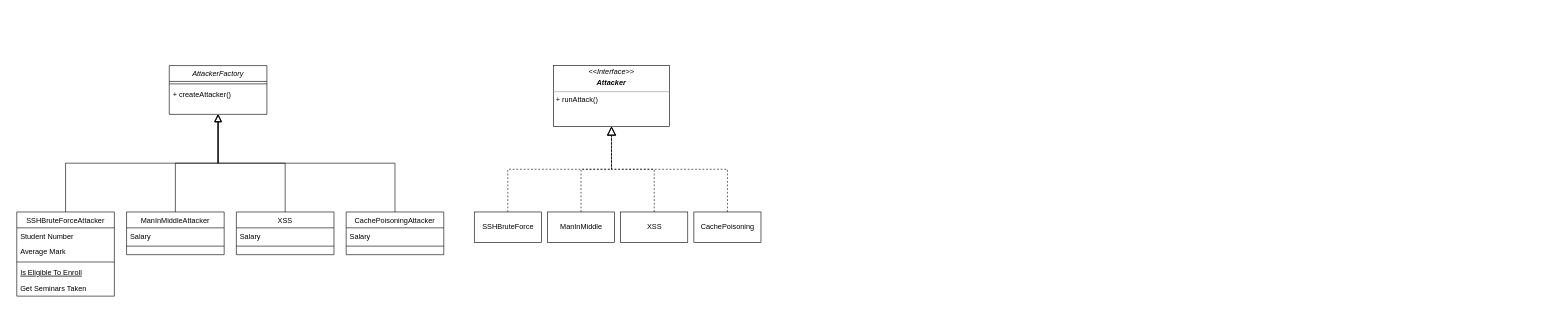
Earlier version of the draw.io diagram Untitled Diagram.drawio (connormc1010/ZFAC025_Final_Project). Source tidied: cells renumbered, new cells numbered last; positions are measured from the earlier drawing's top-left corner, leaving out a move shared by most shapes. Both pictures are drawn from the tidied source at 61%, with x=0, y=0 at pixel (16, 65).
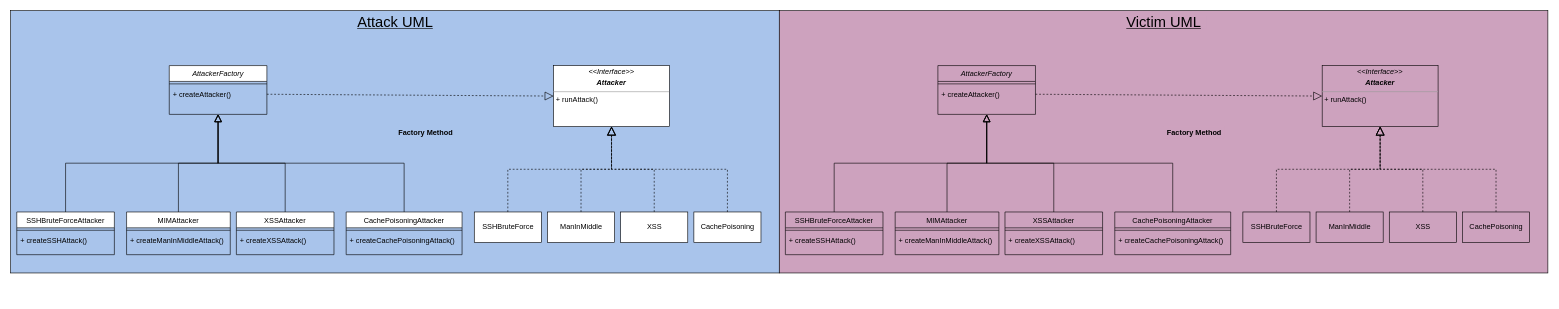
The same diagram, later.

The change refers to these unchanged cells:
```xml
<mxCell id="4" value="+ createAttacker()" style="text;align=left;verticalAlign=top;spacingLeft=4;spacingRight=4;overflow=hidden;points=[[0,0.5],[1,0.5]];portConstraint=eastwest;" parent="2" vertex="1">
  <mxGeometry y="34" width="160" height="26" as="geometry" />
</mxCell>
<mxCell id="16" value="&lt;p style=&quot;margin: 0px ; margin-top: 4px ; text-align: center&quot;&gt;&lt;i&gt;&amp;lt;&amp;lt;Interface&amp;gt;&amp;gt;&lt;/i&gt;&lt;br&gt;&lt;/p&gt;&lt;p style=&quot;margin: 0px ; margin-top: 4px ; text-align: center&quot;&gt;&lt;i&gt;&lt;b&gt;Attacker&lt;/b&gt;&lt;/i&gt;&lt;/p&gt;&lt;hr size=&quot;1&quot;&gt;&lt;p style=&quot;margin: 0px ; margin-left: 4px&quot;&gt;+ runAttack()&lt;br&gt;&lt;/p&gt;" style="verticalAlign=top;align=left;overflow=fill;fontSize=12;fontFamily=Helvetica;html=1;" parent="1" vertex="1">
  <mxGeometry x="880" width="190" height="100" as="geometry" />
</mxCell>
```

The edit, as a diff of the source:
```diff
@@
+    <mxCell id="33" style="rounded=0;whiteSpace=wrap;html=1;fillColor=#A9C4EB;" parent="1" vertex="1">
+      <mxGeometry x="-10" y="-90" width="1260" height="430" as="geometry" />
+    </mxCell>
@@
     <mxCell id="5" value="SSHBruteForceAttacker" style="swimlane;fontStyle=0;align=center;verticalAlign=top;horizontal=1;startSize=26;rounded=0;shadow=0;strokeWidth=1;" parent="1" vertex="1">
-      <mxGeometry y="240" width="160" height="138" as="geometry" />
+      <mxGeometry y="240" width="160" height="70" as="geometry" />
     </mxCell>
-    <mxCell id="6" value="Student Number" style="text;align=left;verticalAlign=top;spacingLeft=4;spacingRight=4;overflow=hidden;" parent="5" vertex="1">
-      <mxGeometry y="26" width="160" height="26" as="geometry" />
-    </mxCell>
-    <mxCell id="7" value="Average Mark" style="text;align=left;verticalAlign=top;spacingLeft=4;spacingRight=4;overflow=hidden;rounded=0;shadow=0;html=0;" parent="5" vertex="1">
-      <mxGeometry y="52" width="160" height="26" as="geometry" />
-    </mxCell>
     <mxCell id="8" style="line;html=1;strokeWidth=1;align=left;verticalAlign=middle;spacingTop=-1;spacingLeft=3;spacingRight=3;labelPosition=right;" parent="5" vertex="1">
-      <mxGeometry y="78" width="160" height="8" as="geometry" />
+      <mxGeometry y="26" width="160" height="8" as="geometry" />
     </mxCell>
-    <mxCell id="9" value="Is Eligible To Enroll" style="text;align=left;verticalAlign=top;spacingLeft=4;spacingRight=4;overflow=hidden;fontStyle=4;" parent="5" vertex="1">
-      <mxGeometry y="86" width="160" height="26" as="geometry" />
+    <mxCell id="9" value="+ createSSHAttack()" style="text;align=left;verticalAlign=top;spacingLeft=4;spacingRight=4;overflow=hidden;fontStyle=0;" parent="5" vertex="1">
+      <mxGeometry y="34" width="160" height="26" as="geometry" />
     </mxCell>
-    <mxCell id="10" value="Get Seminars Taken" style="text;align=left;verticalAlign=top;spacingLeft=4;spacingRight=4;overflow=hidden;" parent="5" vertex="1">
-      <mxGeometry y="112" width="160" height="26" as="geometry" />
-    </mxCell>
@@
-    <mxCell id="12" value="ManInMiddleAttacker" style="swimlane;fontStyle=0;align=center;verticalAlign=top;horizontal=1;startSize=26;rounded=0;shadow=0;strokeWidth=1;" parent="1" vertex="1">
-      <mxGeometry x="180" y="240" width="160" height="70" as="geometry" />
+    <mxCell id="12" value="MIMAttacker" style="swimlane;fontStyle=0;align=center;verticalAlign=top;horizontal=1;startSize=26;rounded=0;shadow=0;strokeWidth=1;" parent="1" vertex="1">
+      <mxGeometry x="180" y="240" width="170" height="70" as="geometry" />
     </mxCell>
-    <mxCell id="13" value="Salary" style="text;align=left;verticalAlign=top;spacingLeft=4;spacingRight=4;overflow=hidden;" parent="12" vertex="1">
-      <mxGeometry y="26" width="160" height="26" as="geometry" />
-    </mxCell>
     <mxCell id="14" style="line;html=1;strokeWidth=1;align=left;verticalAlign=middle;spacingTop=-1;spacingLeft=3;spacingRight=3;labelPosition=right;" parent="12" vertex="1">
-      <mxGeometry y="52" width="160" height="8" as="geometry" />
+      <mxGeometry y="26" width="170" height="8" as="geometry" />
     </mxCell>
+    <mxCell id="34" value="+ createManInMiddleAttack()" style="text;align=left;verticalAlign=top;spacingLeft=4;spacingRight=4;overflow=hidden;fontStyle=0;" parent="12" vertex="1">
+      <mxGeometry y="34" width="170" height="26" as="geometry" />
+    </mxCell>
@@
-    <mxCell id="20" value="XSS" style="swimlane;fontStyle=0;align=center;verticalAlign=top;horizontal=1;startSize=26;rounded=0;shadow=0;strokeWidth=1;" parent="1" vertex="1">
+    <mxCell id="20" value="XSSAttacker" style="swimlane;fontStyle=0;align=center;verticalAlign=top;horizontal=1;startSize=26;rounded=0;shadow=0;strokeWidth=1;" parent="1" vertex="1">
       <mxGeometry x="360" y="240" width="160" height="70" as="geometry" />
     </mxCell>
-    <mxCell id="21" value="Salary" style="text;align=left;verticalAlign=top;spacingLeft=4;spacingRight=4;overflow=hidden;" parent="20" vertex="1">
-      <mxGeometry y="26" width="160" height="26" as="geometry" />
-    </mxCell>
     <mxCell id="22" style="line;html=1;strokeWidth=1;align=left;verticalAlign=middle;spacingTop=-1;spacingLeft=3;spacingRight=3;labelPosition=right;" parent="20" vertex="1">
-      <mxGeometry y="52" width="160" height="8" as="geometry" />
+      <mxGeometry y="26" width="160" height="8" as="geometry" />
     </mxCell>
+    <mxCell id="35" value="+ createXSSAttack()" style="text;align=left;verticalAlign=top;spacingLeft=4;spacingRight=4;overflow=hidden;fontStyle=0;" parent="20" vertex="1">
+      <mxGeometry y="34" width="160" height="26" as="geometry" />
+    </mxCell>
@@
     <mxCell id="24" value="CachePoisoningAttacker" style="swimlane;fontStyle=0;align=center;verticalAlign=top;horizontal=1;startSize=26;rounded=0;shadow=0;strokeWidth=1;" parent="1" vertex="1">
-      <mxGeometry x="540" y="240" width="160" height="70" as="geometry" />
+      <mxGeometry x="540" y="240" width="190" height="70" as="geometry" />
     </mxCell>
-    <mxCell id="25" value="Salary" style="text;align=left;verticalAlign=top;spacingLeft=4;spacingRight=4;overflow=hidden;" parent="24" vertex="1">
-      <mxGeometry y="26" width="160" height="26" as="geometry" />
-    </mxCell>
     <mxCell id="26" style="line;html=1;strokeWidth=1;align=left;verticalAlign=middle;spacingTop=-1;spacingLeft=3;spacingRight=3;labelPosition=right;" parent="24" vertex="1">
-      <mxGeometry y="52" width="160" height="8" as="geometry" />
+      <mxGeometry y="26" width="190" height="8" as="geometry" />
     </mxCell>
+    <mxCell id="36" value="+ createCachePoisoningAttack()" style="text;align=left;verticalAlign=top;spacingLeft=4;spacingRight=4;overflow=hidden;fontStyle=0;" parent="24" vertex="1">
+      <mxGeometry y="34" width="190" height="26" as="geometry" />
+    </mxCell>
@@
+    <mxCell id="37" style="endArrow=block;dashed=1;endFill=0;endSize=12;html=1;rounded=0;exitX=1;exitY=0.5;exitDx=0;exitDy=0;entryX=0;entryY=0.5;entryDx=0;entryDy=0;" parent="1" edge="1" source="4" target="16">
+      <mxGeometry relative="1" as="geometry" />
+    </mxCell>
+    <mxCell id="38" value="&lt;u&gt;&lt;font style=&quot;font-size: 24px&quot;&gt;Attack UML&lt;/font&gt;&lt;/u&gt;" style="text;html=1;align=center;verticalAlign=middle;strokeColor=none;fillColor=none;" parent="1" vertex="1">
+      <mxGeometry x="550" y="-80" width="140" height="20" as="geometry" />
+    </mxCell>
+    <mxCell id="39" value="&lt;b&gt;Factory Method&lt;/b&gt;" style="text;html=1;align=center;verticalAlign=middle;strokeColor=none;fillColor=none;" parent="1" vertex="1">
+      <mxGeometry x="620" y="100" width="100" height="20" as="geometry" />
+    </mxCell>
+    <mxCell id="40" style="rounded=0;whiteSpace=wrap;html=1;fillColor=#CDA2BE;" parent="1" vertex="1">
+      <mxGeometry x="1250" y="-90" width="1260" height="430" as="geometry" />
+    </mxCell>
+    <mxCell id="41" value="AttackerFactory" style="swimlane;fontStyle=2;align=center;verticalAlign=top;horizontal=1;startSize=26;rounded=0;shadow=0;strokeWidth=1;fillColor=#CDA2BE;" parent="1" vertex="1">
+      <mxGeometry x="1510" width="160" height="80" as="geometry" />
+    </mxCell>
+    <mxCell id="42" style="line;html=1;strokeWidth=1;align=left;verticalAlign=middle;spacingTop=-1;spacingLeft=3;spacingRight=3;labelPosition=right;" parent="41" vertex="1">
+      <mxGeometry y="26" width="160" height="8" as="geometry" />
+    </mxCell>
+    <mxCell id="43" value="+ createAttacker()" style="text;align=left;verticalAlign=top;spacingLeft=4;spacingRight=4;overflow=hidden;points=[[0,0.5],[1,0.5]];portConstraint=eastwest;" parent="41" vertex="1">
+      <mxGeometry y="34" width="160" height="26" as="geometry" />
+    </mxCell>
+    <mxCell id="44" value="SSHBruteForceAttacker" style="swimlane;fontStyle=0;align=center;verticalAlign=top;horizontal=1;startSize=26;rounded=0;shadow=0;strokeWidth=1;fillColor=#CDA2BE;" parent="1" vertex="1">
+      <mxGeometry x="1260" y="240" width="160" height="70" as="geometry" />
+    </mxCell>
+    <mxCell id="45" style="line;html=1;strokeWidth=1;align=left;verticalAlign=middle;spacingTop=-1;spacingLeft=3;spacingRight=3;labelPosition=right;" parent="44" vertex="1">
+      <mxGeometry y="26" width="160" height="8" as="geometry" />
+    </mxCell>
+    <mxCell id="46" value="+ createSSHAttack()" style="text;align=left;verticalAlign=top;spacingLeft=4;spacingRight=4;overflow=hidden;fontStyle=0;" parent="44" vertex="1">
+      <mxGeometry y="34" width="160" height="26" as="geometry" />
+    </mxCell>
+    <mxCell id="47" style="endArrow=block;endSize=10;endFill=0;shadow=0;strokeWidth=1;rounded=0;edgeStyle=elbowEdgeStyle;elbow=vertical;fillColor=#CDA2BE;" parent="1" edge="1" source="44" target="41">
+      <mxGeometry relative="1" as="geometry" />
+    </mxCell>
+    <mxCell id="48" value="MIMAttacker" style="swimlane;fontStyle=0;align=center;verticalAlign=top;horizontal=1;startSize=26;rounded=0;shadow=0;strokeWidth=1;fillColor=#CDA2BE;" parent="1" vertex="1">
+      <mxGeometry x="1440" y="240" width="170" height="70" as="geometry" />
+    </mxCell>
+    <mxCell id="49" style="line;html=1;strokeWidth=1;align=left;verticalAlign=middle;spacingTop=-1;spacingLeft=3;spacingRight=3;labelPosition=right;" parent="48" vertex="1">
+      <mxGeometry y="26" width="170" height="8" as="geometry" />
+    </mxCell>
+    <mxCell id="50" value="+ createManInMiddleAttack()" style="text;align=left;verticalAlign=top;spacingLeft=4;spacingRight=4;overflow=hidden;fontStyle=0;" parent="48" vertex="1">
+      <mxGeometry y="34" width="170" height="26" as="geometry" />
+    </mxCell>
+    <mxCell id="51" style="endArrow=block;endSize=10;endFill=0;shadow=0;strokeWidth=1;rounded=0;edgeStyle=elbowEdgeStyle;elbow=vertical;fillColor=#CDA2BE;" parent="1" edge="1" source="48" target="41">
+      <mxGeometry relative="1" as="geometry" />
+    </mxCell>
+    <mxCell id="52" value="&lt;p style=&quot;margin: 0px ; margin-top: 4px ; text-align: center&quot;&gt;&lt;i&gt;&amp;lt;&amp;lt;Interface&amp;gt;&amp;gt;&lt;/i&gt;&lt;br&gt;&lt;/p&gt;&lt;p style=&quot;margin: 0px ; margin-top: 4px ; text-align: center&quot;&gt;&lt;i&gt;&lt;b&gt;Attacker&lt;/b&gt;&lt;/i&gt;&lt;/p&gt;&lt;hr size=&quot;1&quot;&gt;&lt;p style=&quot;margin: 0px ; margin-left: 4px&quot;&gt;+ runAttack()&lt;br&gt;&lt;/p&gt;" style="verticalAlign=top;align=left;overflow=fill;fontSize=12;fontFamily=Helvetica;html=1;fillColor=#CDA2BE;" parent="1" vertex="1">
+      <mxGeometry x="2140" width="190" height="100" as="geometry" />
+    </mxCell>
+    <mxCell id="53" value="SSHBruteForce" style="html=1;fillColor=#CDA2BE;" parent="1" vertex="1">
+      <mxGeometry x="2010" y="240" width="110" height="50" as="geometry" />
+    </mxCell>
+    <mxCell id="54" value="ManInMiddle" style="html=1;fillColor=#CDA2BE;" parent="1" vertex="1">
+      <mxGeometry x="2130" y="240" width="110" height="50" as="geometry" />
+    </mxCell>
+    <mxCell id="55" value="XSS" style="html=1;fillColor=#CDA2BE;" parent="1" vertex="1">
+      <mxGeometry x="2250" y="240" width="110" height="50" as="geometry" />
+    </mxCell>
+    <mxCell id="56" value="XSSAttacker" style="swimlane;fontStyle=0;align=center;verticalAlign=top;horizontal=1;startSize=26;rounded=0;shadow=0;strokeWidth=1;fillColor=#CDA2BE;" parent="1" vertex="1">
+      <mxGeometry x="1620" y="240" width="160" height="70" as="geometry" />
+    </mxCell>
+    <mxCell id="57" style="line;html=1;strokeWidth=1;align=left;verticalAlign=middle;spacingTop=-1;spacingLeft=3;spacingRight=3;labelPosition=right;" parent="56" vertex="1">
+      <mxGeometry y="26" width="160" height="8" as="geometry" />
+    </mxCell>
+    <mxCell id="58" value="+ createXSSAttack()" style="text;align=left;verticalAlign=top;spacingLeft=4;spacingRight=4;overflow=hidden;fontStyle=0;" parent="56" vertex="1">
+      <mxGeometry y="34" width="160" height="26" as="geometry" />
+    </mxCell>
+    <mxCell id="59" value="CachePoisoning" style="html=1;fillColor=#CDA2BE;" parent="1" vertex="1">
+      <mxGeometry x="2370" y="240" width="110" height="50" as="geometry" />
+    </mxCell>
+    <mxCell id="60" value="CachePoisoningAttacker" style="swimlane;fontStyle=0;align=center;verticalAlign=top;horizontal=1;startSize=26;rounded=0;shadow=0;strokeWidth=1;fillColor=#CDA2BE;" parent="1" vertex="1">
+      <mxGeometry x="1800" y="240" width="190" height="70" as="geometry" />
+    </mxCell>
+    <mxCell id="61" style="line;html=1;strokeWidth=1;align=left;verticalAlign=middle;spacingTop=-1;spacingLeft=3;spacingRight=3;labelPosition=right;" parent="60" vertex="1">
+      <mxGeometry y="26" width="190" height="8" as="geometry" />
+    </mxCell>
+    <mxCell id="62" value="+ createCachePoisoningAttack()" style="text;align=left;verticalAlign=top;spacingLeft=4;spacingRight=4;overflow=hidden;fontStyle=0;" parent="60" vertex="1">
+      <mxGeometry y="34" width="190" height="26" as="geometry" />
+    </mxCell>
+    <mxCell id="63" style="endArrow=block;dashed=1;endFill=0;endSize=12;html=1;rounded=0;exitX=0.5;exitY=0;exitDx=0;exitDy=0;entryX=0.5;entryY=1;entryDx=0;entryDy=0;edgeStyle=orthogonalEdgeStyle;fillColor=#CDA2BE;" parent="1" edge="1" source="53" target="52">
+      <mxGeometry relative="1" as="geometry" />
+    </mxCell>
+    <mxCell id="64" style="endArrow=block;dashed=1;endFill=0;endSize=12;html=1;rounded=0;entryX=0.5;entryY=1;entryDx=0;entryDy=0;edgeStyle=orthogonalEdgeStyle;fillColor=#CDA2BE;" parent="1" edge="1" source="54" target="52">
+      <mxGeometry relative="1" as="geometry" />
+    </mxCell>
+    <mxCell id="65" style="endArrow=block;dashed=1;endFill=0;endSize=12;html=1;rounded=0;exitX=0.5;exitY=0;exitDx=0;exitDy=0;entryX=0.5;entryY=1;entryDx=0;entryDy=0;edgeStyle=orthogonalEdgeStyle;fillColor=#CDA2BE;" parent="1" edge="1" source="55" target="52">
+      <mxGeometry relative="1" as="geometry" />
+    </mxCell>
+    <mxCell id="66" style="endArrow=block;dashed=1;endFill=0;endSize=12;html=1;rounded=0;exitX=0.5;exitY=0;exitDx=0;exitDy=0;entryX=0.5;entryY=1;entryDx=0;entryDy=0;edgeStyle=orthogonalEdgeStyle;fillColor=#CDA2BE;" parent="1" edge="1" source="59" target="52">
+      <mxGeometry relative="1" as="geometry" />
+    </mxCell>
+    <mxCell id="67" style="endArrow=block;endSize=10;endFill=0;shadow=0;strokeWidth=1;rounded=0;edgeStyle=elbowEdgeStyle;elbow=vertical;exitX=0.5;exitY=0;exitDx=0;exitDy=0;entryX=0.5;entryY=1;entryDx=0;entryDy=0;fillColor=#CDA2BE;" parent="1" edge="1" source="56" target="41">
+      <mxGeometry relative="1" as="geometry" />
+    </mxCell>
+    <mxCell id="68" style="endArrow=block;endSize=10;endFill=0;shadow=0;strokeWidth=1;rounded=0;edgeStyle=elbowEdgeStyle;elbow=vertical;exitX=0.5;exitY=0;exitDx=0;exitDy=0;entryX=0.5;entryY=1;entryDx=0;entryDy=0;fillColor=#CDA2BE;" parent="1" edge="1" source="60" target="41">
+      <mxGeometry relative="1" as="geometry" />
+    </mxCell>
+    <mxCell id="69" style="endArrow=block;dashed=1;endFill=0;endSize=12;html=1;rounded=0;exitX=1;exitY=0.5;exitDx=0;exitDy=0;entryX=0;entryY=0.5;entryDx=0;entryDy=0;fillColor=#CDA2BE;" parent="1" edge="1" source="43" target="52">
+      <mxGeometry relative="1" as="geometry" />
+    </mxCell>
+    <mxCell id="70" value="&lt;u&gt;&lt;font style=&quot;font-size: 24px&quot;&gt;Victim UML&lt;/font&gt;&lt;/u&gt;" style="text;html=1;align=center;verticalAlign=middle;strokeColor=none;fillColor=#CDA2BE;" parent="1" vertex="1">
+      <mxGeometry x="1810" y="-80" width="140" height="20" as="geometry" />
+    </mxCell>
+    <mxCell id="71" value="&lt;b&gt;Factory Method&lt;/b&gt;" style="text;html=1;align=center;verticalAlign=middle;strokeColor=none;fillColor=#CDA2BE;" parent="1" vertex="1">
+      <mxGeometry x="1880" y="100" width="100" height="20" as="geometry" />
+    </mxCell>
```
